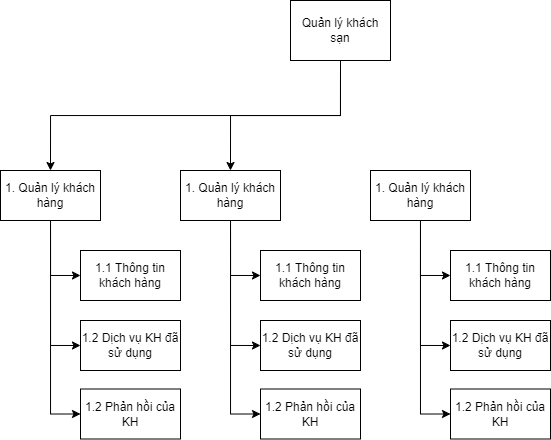
This is Biểu đồ không có tiêu đề.drawio.png from DatLe328/Git-practice, a draw.io export, as it was before one commit. Source tidied: cells renumbered, new cells last; positions are measured from the earlier drawing's top-left corner, leaving out a move shared by most shapes.
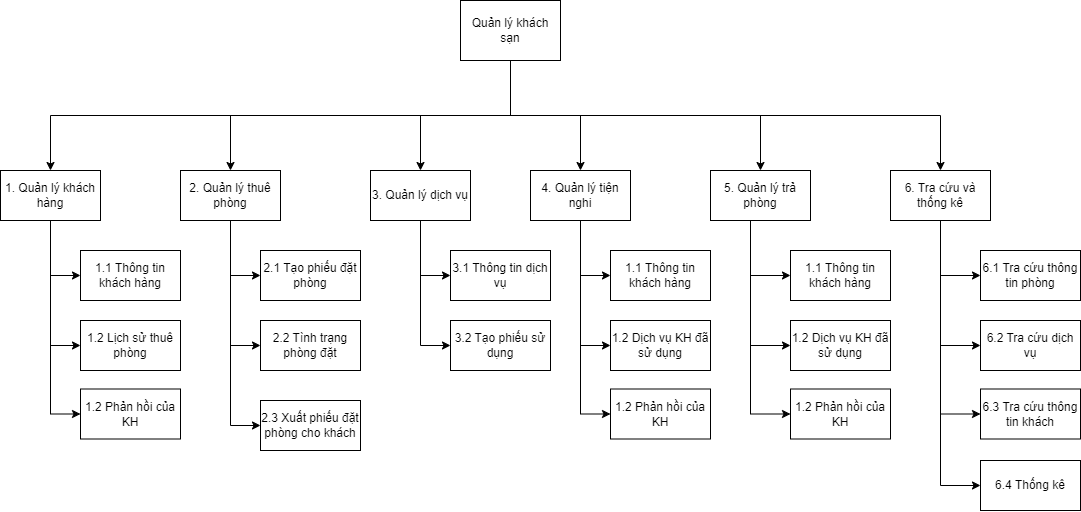
Above is the later version.

Commit message:
Cập nhật Biểu đồ không có tiêu đề.drawio.png

Change to the diagram source:
```diff
@@ -8,8 +8,20 @@
     <mxCell id="3" style="edgeStyle=orthogonalEdgeStyle;rounded=0;jettySize=auto;html=1;exitX=0.5;exitY=1;exitDx=0;exitDy=0;entryX=0.5;entryY=0;entryDx=0;entryDy=0;" parent="1" edge="1" source="4" target="15">
       <mxGeometry relative="1" as="geometry" />
     </mxCell>
+    <mxCell id="26" style="edgeStyle=orthogonalEdgeStyle;rounded=0;jettySize=auto;html=1;exitX=0.5;exitY=1;exitDx=0;exitDy=0;entryX=0.5;entryY=0;entryDx=0;entryDy=0;" parent="1" edge="1" source="4" target="22">
+      <mxGeometry relative="1" as="geometry" />
+    </mxCell>
+    <mxCell id="27" style="edgeStyle=orthogonalEdgeStyle;rounded=0;jettySize=auto;html=1;exitX=0.5;exitY=1;exitDx=0;exitDy=0;entryX=0.5;entryY=0;entryDx=0;entryDy=0;" parent="1" edge="1" source="4" target="37">
+      <mxGeometry relative="1" as="geometry" />
+    </mxCell>
+    <mxCell id="28" style="edgeStyle=orthogonalEdgeStyle;rounded=0;jettySize=auto;html=1;exitX=0.5;exitY=1;exitDx=0;exitDy=0;entryX=0.5;entryY=0;entryDx=0;entryDy=0;" parent="1" edge="1" source="4" target="42">
+      <mxGeometry relative="1" as="geometry" />
+    </mxCell>
+    <mxCell id="29" style="edgeStyle=orthogonalEdgeStyle;rounded=0;jettySize=auto;html=1;exitX=0.5;exitY=1;exitDx=0;exitDy=0;entryX=0.5;entryY=0;entryDx=0;entryDy=0;" parent="1" edge="1" source="4" target="53">
+      <mxGeometry relative="1" as="geometry" />
+    </mxCell>
     <mxCell id="4" value="Quản lý khách sạn" style="html=1;dashed=0;whiteSpace=wrap;" parent="1" vertex="1">
-      <mxGeometry x="290" width="100" height="60" as="geometry" />
+      <mxGeometry x="460" width="100" height="60" as="geometry" />
     </mxCell>
     <mxCell id="5" style="edgeStyle=orthogonalEdgeStyle;rounded=0;jettySize=auto;html=1;exitX=0.5;exitY=1;exitDx=0;exitDy=0;entryX=0;entryY=0.5;entryDx=0;entryDy=0;" parent="1" edge="1" source="8" target="9">
       <mxGeometry relative="1" as="geometry">
@@ -30,61 +42,150 @@
     <mxCell id="9" value="1.1 Thông tin khách hàng" style="html=1;dashed=0;whiteSpace=wrap;" parent="1" vertex="1">
       <mxGeometry x="80" y="250" width="100" height="50" as="geometry" />
     </mxCell>
-    <mxCell id="10" value="1.2 Dịch vụ KH đã sử dụng" style="html=1;dashed=0;whiteSpace=wrap;" parent="1" vertex="1">
+    <mxCell id="10" value="1.2 Lịch sử thuê phòng" style="html=1;dashed=0;whiteSpace=wrap;" parent="1" vertex="1">
       <mxGeometry x="80" y="320" width="100" height="50" as="geometry" />
     </mxCell>
     <mxCell id="11" value="1.2 Phản hồi của KH" style="html=1;dashed=0;whiteSpace=wrap;" parent="1" vertex="1">
       <mxGeometry x="80" y="388.5" width="100" height="50" as="geometry" />
     </mxCell>
-    <mxCell id="12" style="edgeStyle=orthogonalEdgeStyle;rounded=0;jettySize=auto;html=1;exitX=0.5;exitY=1;exitDx=0;exitDy=0;entryX=0;entryY=0.5;entryDx=0;entryDy=0;" parent="1" edge="1" source="15" target="16">
-      <mxGeometry relative="1" as="geometry">
-        <Array as="points">
-          <mxPoint x="230" y="275" />
-        </Array>
-      </mxGeometry>
-    </mxCell>
     <mxCell id="13" style="edgeStyle=orthogonalEdgeStyle;rounded=0;jettySize=auto;html=1;entryX=0;entryY=0.5;entryDx=0;entryDy=0;" parent="1" edge="1" source="15" target="17">
       <mxGeometry relative="1" as="geometry" />
     </mxCell>
     <mxCell id="14" style="edgeStyle=orthogonalEdgeStyle;rounded=0;jettySize=auto;html=1;exitX=0.5;exitY=1;exitDx=0;exitDy=0;entryX=0;entryY=0.5;entryDx=0;entryDy=0;" parent="1" edge="1" source="15" target="18">
       <mxGeometry relative="1" as="geometry" />
     </mxCell>
+    <mxCell id="30" style="edgeStyle=orthogonalEdgeStyle;rounded=0;jettySize=auto;html=1;exitX=0.5;exitY=1;exitDx=0;exitDy=0;entryX=0;entryY=0.5;entryDx=0;entryDy=0;" parent="1" edge="1" source="15" target="38">
+      <mxGeometry relative="1" as="geometry" />
+    </mxCell>
-    <mxCell id="15" value="1. Quản lý khách hàng" style="html=1;dashed=0;whiteSpace=wrap;" parent="1" vertex="1">
+    <mxCell id="15" value="2. Quản lý thuê phòng" style="html=1;dashed=0;whiteSpace=wrap;" parent="1" vertex="1">
       <mxGeometry x="180" y="170" width="100" height="50" as="geometry" />
     </mxCell>
-    <mxCell id="16" value="1.1 Thông tin khách hàng" style="html=1;dashed=0;whiteSpace=wrap;" parent="1" vertex="1">
-      <mxGeometry x="260" y="250" width="100" height="50" as="geometry" />
-    </mxCell>
-    <mxCell id="17" value="1.2 Dịch vụ KH đã sử dụng" style="html=1;dashed=0;whiteSpace=wrap;" parent="1" vertex="1">
-      <mxGeometry x="260" y="320" width="100" height="50" as="geometry" />
+    <mxCell id="17" value="2.1 Tạo phiếu đặt phòng" style="html=1;dashed=0;whiteSpace=wrap;" parent="1" vertex="1">
+      <mxGeometry x="260" y="250" width="100" height="50" as="geometry" />
     </mxCell>
-    <mxCell id="18" value="1.2 Phản hồi của KH" style="html=1;dashed=0;whiteSpace=wrap;" parent="1" vertex="1">
-      <mxGeometry x="260" y="388.5" width="100" height="50" as="geometry" />
+    <mxCell id="18" value="2.2 Tình trạng phòng đặt" style="html=1;dashed=0;whiteSpace=wrap;" parent="1" vertex="1">
+      <mxGeometry x="260" y="320" width="100" height="50" as="geometry" />
     </mxCell>
-    <mxCell id="19" style="edgeStyle=orthogonalEdgeStyle;rounded=0;jettySize=auto;html=1;exitX=0.5;exitY=1;exitDx=0;exitDy=0;entryX=0;entryY=0.5;entryDx=0;entryDy=0;" parent="1" edge="1" source="22" target="23">
-      <mxGeometry relative="1" as="geometry">
-        <Array as="points">
-          <mxPoint x="420" y="275" />
-        </Array>
-      </mxGeometry>
-    </mxCell>
     <mxCell id="20" style="edgeStyle=orthogonalEdgeStyle;rounded=0;jettySize=auto;html=1;entryX=0;entryY=0.5;entryDx=0;entryDy=0;" parent="1" edge="1" source="22" target="24">
       <mxGeometry relative="1" as="geometry" />
     </mxCell>
     <mxCell id="21" style="edgeStyle=orthogonalEdgeStyle;rounded=0;jettySize=auto;html=1;exitX=0.5;exitY=1;exitDx=0;exitDy=0;entryX=0;entryY=0.5;entryDx=0;entryDy=0;" parent="1" edge="1" source="22" target="25">
       <mxGeometry relative="1" as="geometry" />
     </mxCell>
-    <mxCell id="22" value="1. Quản lý khách hàng" style="html=1;dashed=0;whiteSpace=wrap;" parent="1" vertex="1">
+    <mxCell id="22" value="3. Quản lý dịch vụ" style="html=1;dashed=0;whiteSpace=wrap;" parent="1" vertex="1">
       <mxGeometry x="370" y="170" width="100" height="50" as="geometry" />
     </mxCell>
-    <mxCell id="23" value="1.1 Thông tin khách hàng" style="html=1;dashed=0;whiteSpace=wrap;" parent="1" vertex="1">
-      <mxGeometry x="450" y="250" width="100" height="50" as="geometry" />
-    </mxCell>
-    <mxCell id="24" value="1.2 Dịch vụ KH đã sử dụng" style="html=1;dashed=0;whiteSpace=wrap;" parent="1" vertex="1">
-      <mxGeometry x="450" y="320" width="100" height="50" as="geometry" />
+    <mxCell id="24" value="3.1 Thông tin dịch vụ" style="html=1;dashed=0;whiteSpace=wrap;" parent="1" vertex="1">
+      <mxGeometry x="450" y="250" width="100" height="50" as="geometry" />
     </mxCell>
-    <mxCell id="25" value="1.2 Phản hồi của KH" style="html=1;dashed=0;whiteSpace=wrap;" parent="1" vertex="1">
-      <mxGeometry x="450" y="388.5" width="100" height="50" as="geometry" />
+    <mxCell id="25" value="3.2 Tạo phiếu sử dụng" style="html=1;dashed=0;whiteSpace=wrap;" parent="1" vertex="1">
+      <mxGeometry x="450" y="320" width="100" height="50" as="geometry" />
     </mxCell>
+    <mxCell id="31" style="edgeStyle=orthogonalEdgeStyle;rounded=0;jettySize=auto;html=1;exitX=0.5;exitY=1;exitDx=0;exitDy=0;entryX=0;entryY=0.5;entryDx=0;entryDy=0;" parent="1" edge="1" target="34">
+      <mxGeometry relative="1" as="geometry">
+        <mxPoint x="750" y="220" as="sourcePoint" />
+        <Array as="points">
+          <mxPoint x="750" y="275" />
+        </Array>
+      </mxGeometry>
+    </mxCell>
+    <mxCell id="32" style="edgeStyle=orthogonalEdgeStyle;rounded=0;jettySize=auto;html=1;entryX=0;entryY=0.5;entryDx=0;entryDy=0;" parent="1" edge="1" target="35">
+      <mxGeometry relative="1" as="geometry">
+        <mxPoint x="750" y="220" as="sourcePoint" />
+        <Array as="points">
+          <mxPoint x="750" y="345" />
+        </Array>
+      </mxGeometry>
+    </mxCell>
+    <mxCell id="33" style="edgeStyle=orthogonalEdgeStyle;rounded=0;jettySize=auto;html=1;exitX=0.5;exitY=1;exitDx=0;exitDy=0;entryX=0;entryY=0.5;entryDx=0;entryDy=0;" parent="1" edge="1" target="36">
+      <mxGeometry relative="1" as="geometry">
+        <mxPoint x="750" y="220" as="sourcePoint" />
+        <Array as="points">
+          <mxPoint x="750" y="414" />
+        </Array>
+      </mxGeometry>
+    </mxCell>
+    <mxCell id="34" value="1.1 Thông tin khách hàng" style="html=1;dashed=0;whiteSpace=wrap;" parent="1" vertex="1">
+      <mxGeometry x="790" y="250" width="100" height="50" as="geometry" />
+    </mxCell>
+    <mxCell id="35" value="1.2 Dịch vụ KH đã sử dụng" style="html=1;dashed=0;whiteSpace=wrap;" parent="1" vertex="1">
+      <mxGeometry x="790" y="320" width="100" height="50" as="geometry" />
+    </mxCell>
+    <mxCell id="36" value="1.2 Phản hồi của KH" style="html=1;dashed=0;whiteSpace=wrap;" parent="1" vertex="1">
+      <mxGeometry x="790" y="388.5" width="100" height="50" as="geometry" />
+    </mxCell>
+    <mxCell id="37" value="5. Quản lý trả phòng" style="html=1;dashed=0;whiteSpace=wrap;" parent="1" vertex="1">
+      <mxGeometry x="710" y="170" width="100" height="50" as="geometry" />
+    </mxCell>
+    <mxCell id="38" value="2.3 Xuất phiếu đặt phòng cho khách" style="html=1;dashed=0;whiteSpace=wrap;" parent="1" vertex="1">
+      <mxGeometry x="260" y="400" width="100" height="50" as="geometry" />
+    </mxCell>
+    <mxCell id="39" style="edgeStyle=orthogonalEdgeStyle;rounded=0;jettySize=auto;html=1;exitX=0.5;exitY=1;exitDx=0;exitDy=0;entryX=0;entryY=0.5;entryDx=0;entryDy=0;" parent="1" edge="1" source="42" target="43">
+      <mxGeometry relative="1" as="geometry">
+        <Array as="points">
+          <mxPoint x="580" y="275" />
+        </Array>
+      </mxGeometry>
+    </mxCell>
+    <mxCell id="40" style="edgeStyle=orthogonalEdgeStyle;rounded=0;jettySize=auto;html=1;entryX=0;entryY=0.5;entryDx=0;entryDy=0;" parent="1" edge="1" source="42" target="44">
+      <mxGeometry relative="1" as="geometry" />
+    </mxCell>
+    <mxCell id="41" style="edgeStyle=orthogonalEdgeStyle;rounded=0;jettySize=auto;html=1;exitX=0.5;exitY=1;exitDx=0;exitDy=0;entryX=0;entryY=0.5;entryDx=0;entryDy=0;" parent="1" edge="1" source="42" target="45">
+      <mxGeometry relative="1" as="geometry" />
+    </mxCell>
+    <mxCell id="42" value="4. Quản lý tiện nghi" style="html=1;dashed=0;whiteSpace=wrap;" parent="1" vertex="1">
+      <mxGeometry x="530" y="170" width="100" height="50" as="geometry" />
+    </mxCell>
+    <mxCell id="43" value="1.1 Thông tin khách hàng" style="html=1;dashed=0;whiteSpace=wrap;" parent="1" vertex="1">
+      <mxGeometry x="610" y="250" width="100" height="50" as="geometry" />
+    </mxCell>
+    <mxCell id="44" value="1.2 Dịch vụ KH đã sử dụng" style="html=1;dashed=0;whiteSpace=wrap;" parent="1" vertex="1">
+      <mxGeometry x="610" y="320" width="100" height="50" as="geometry" />
+    </mxCell>
+    <mxCell id="45" value="1.2 Phản hồi của KH" style="html=1;dashed=0;whiteSpace=wrap;" parent="1" vertex="1">
+      <mxGeometry x="610" y="388.5" width="100" height="50" as="geometry" />
+    </mxCell>
+    <mxCell id="46" style="edgeStyle=orthogonalEdgeStyle;rounded=0;jettySize=auto;html=1;exitX=0.5;exitY=1;exitDx=0;exitDy=0;entryX=0;entryY=0.5;entryDx=0;entryDy=0;" parent="1" edge="1" target="49">
+      <mxGeometry relative="1" as="geometry">
+        <mxPoint x="940" y="220" as="sourcePoint" />
+        <Array as="points">
+          <mxPoint x="940" y="275" />
+        </Array>
+      </mxGeometry>
+    </mxCell>
+    <mxCell id="47" style="edgeStyle=orthogonalEdgeStyle;rounded=0;jettySize=auto;html=1;entryX=0;entryY=0.5;entryDx=0;entryDy=0;" parent="1" edge="1" target="50">
+      <mxGeometry relative="1" as="geometry">
+        <mxPoint x="940" y="220" as="sourcePoint" />
+        <Array as="points">
+          <mxPoint x="940" y="345" />
+        </Array>
+      </mxGeometry>
+    </mxCell>
+    <mxCell id="48" style="edgeStyle=orthogonalEdgeStyle;rounded=0;jettySize=auto;html=1;exitX=0.5;exitY=1;exitDx=0;exitDy=0;entryX=0;entryY=0.5;entryDx=0;entryDy=0;" parent="1" edge="1" target="51">
+      <mxGeometry relative="1" as="geometry">
+        <mxPoint x="940" y="220" as="sourcePoint" />
+        <Array as="points">
+          <mxPoint x="940" y="414" />
+        </Array>
+      </mxGeometry>
+    </mxCell>
+    <mxCell id="49" value="6.1 Tra cứu thông tin phòng" style="html=1;dashed=0;whiteSpace=wrap;" parent="1" vertex="1">
+      <mxGeometry x="980" y="250" width="100" height="50" as="geometry" />
+    </mxCell>
+    <mxCell id="50" value="6.2 Tra cứu dịch vụ" style="html=1;dashed=0;whiteSpace=wrap;" parent="1" vertex="1">
+      <mxGeometry x="980" y="320" width="100" height="50" as="geometry" />
+    </mxCell>
+    <mxCell id="51" value="6.3 Tra cứu thông tin khách" style="html=1;dashed=0;whiteSpace=wrap;" parent="1" vertex="1">
+      <mxGeometry x="980" y="388.5" width="100" height="50" as="geometry" />
+    </mxCell>
+    <mxCell id="52" style="edgeStyle=orthogonalEdgeStyle;rounded=0;jettySize=auto;html=1;exitX=0.5;exitY=1;exitDx=0;exitDy=0;entryX=0;entryY=0.5;entryDx=0;entryDy=0;" parent="1" edge="1" source="53" target="54">
+      <mxGeometry relative="1" as="geometry" />
+    </mxCell>
+    <mxCell id="53" value="6. Tra cứu và thống kê" style="html=1;dashed=0;whiteSpace=wrap;" parent="1" vertex="1">
+      <mxGeometry x="890" y="170" width="100" height="50" as="geometry" />
+    </mxCell>
+    <mxCell id="54" value="6.4 Thống kê" style="html=1;dashed=0;whiteSpace=wrap;" parent="1" vertex="1">
+      <mxGeometry x="980" y="460" width="100" height="50" as="geometry" />
+    </mxCell>
   </root>
 </mxGraphModel>
```
